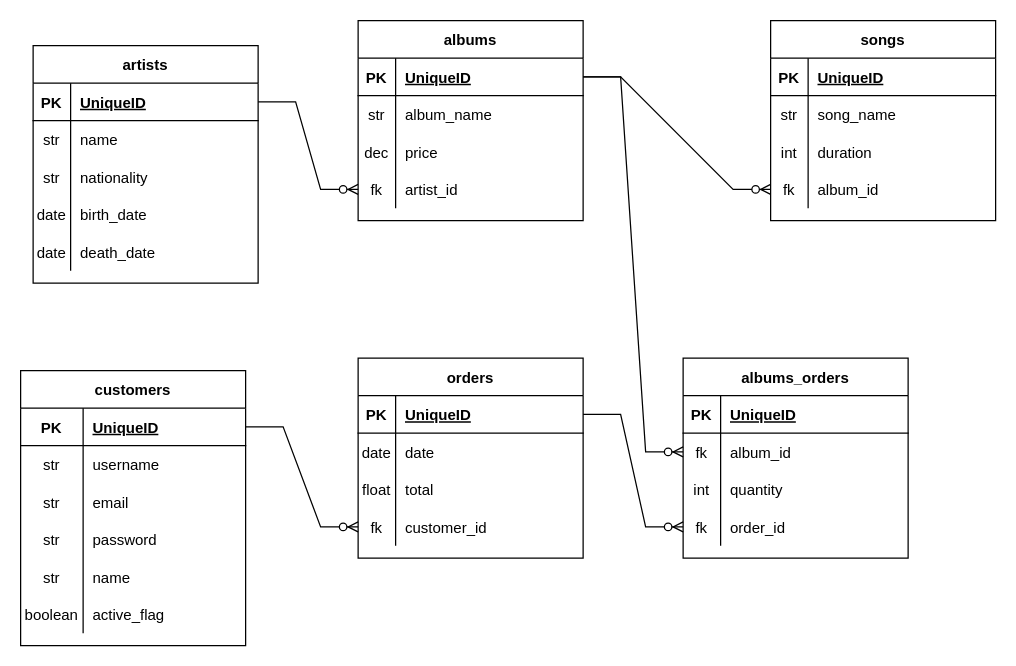
Above: music-store.drawio in fabio4520/Project-Music-Store (draw.io), before the change. Source tidied: cells renumbered, new cells numbered last; positions are measured from the earlier drawing's top-left corner, leaving out a move shared by most shapes. Both pictures are drawn from the tidied source at 125%, with x=0, y=0 at pixel (20, 20).
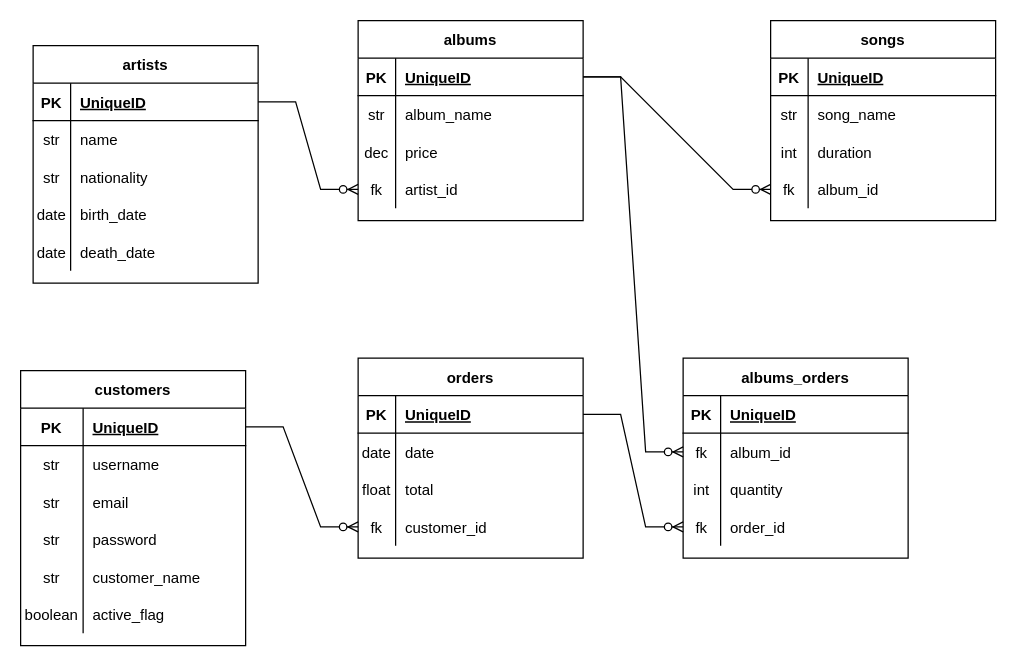
The same page after the edit.

The change refers to these unchanged cells:
```xml
<mxCell id="83" style="shape=tableRow;horizontal=0;startSize=0;swimlaneHead=0;swimlaneBody=0;fillColor=none;top=0;left=0;right=0;bottom=0;" parent="70" vertex="1">
  <mxGeometry y="150" width="180" height="30" as="geometry" />
</mxCell>
```

Diff of the diagram source:
```diff
@@
-    <mxCell id="85" value="name" style="shape=partialRectangle;fillColor=none;top=0;left=0;bottom=0;right=0;align=left;spacingLeft=6;overflow=hidden;" parent="83" vertex="1">
+    <mxCell id="85" value="customer_name" style="shape=partialRectangle;fillColor=none;top=0;left=0;bottom=0;right=0;align=left;spacingLeft=6;overflow=hidden;" parent="83" vertex="1">
       <mxGeometry x="50" width="130" height="30" as="geometry" />
     </mxCell>
```
